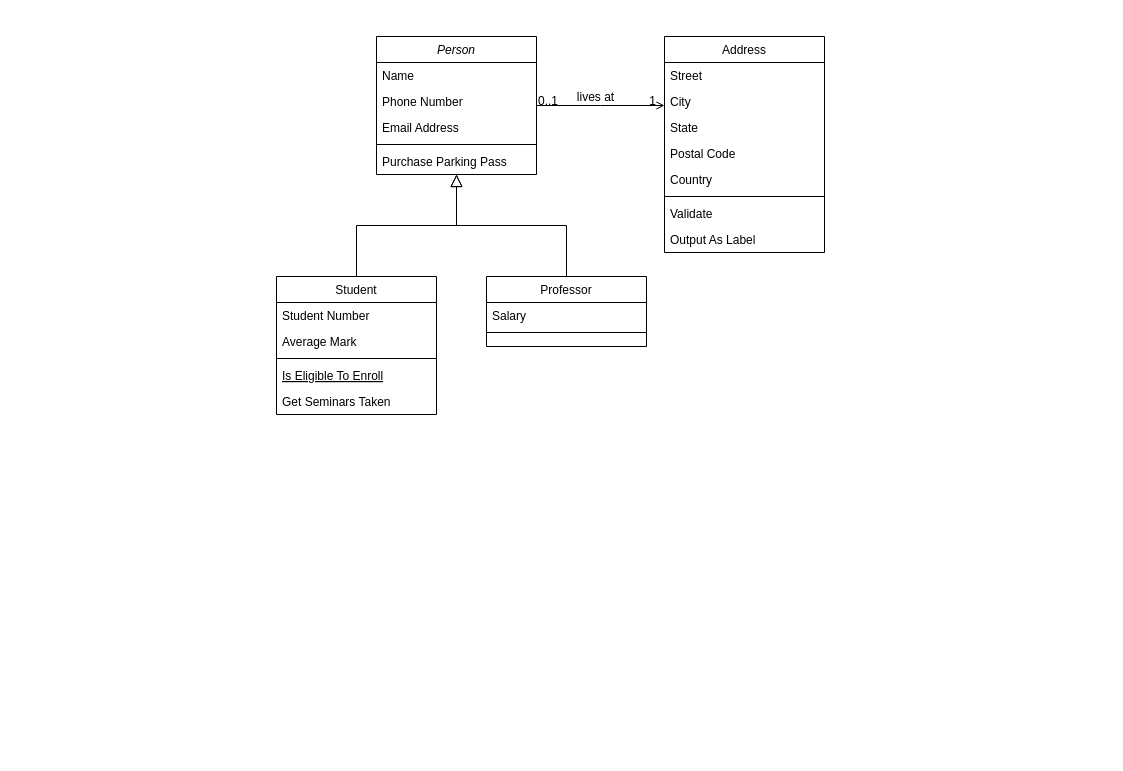
The draw.io diagram AeroBankApp/DepositProcess.drawio in AKing982/AeroBankApp, before the edit. Source tidied: cells renumbered, new cells numbered last; positions are measured from the earlier drawing's top-left corner, leaving out a move shared by most shapes. Both pictures are drawn from the tidied source at 100%, with x=0, y=0 at pixel (276, 36).
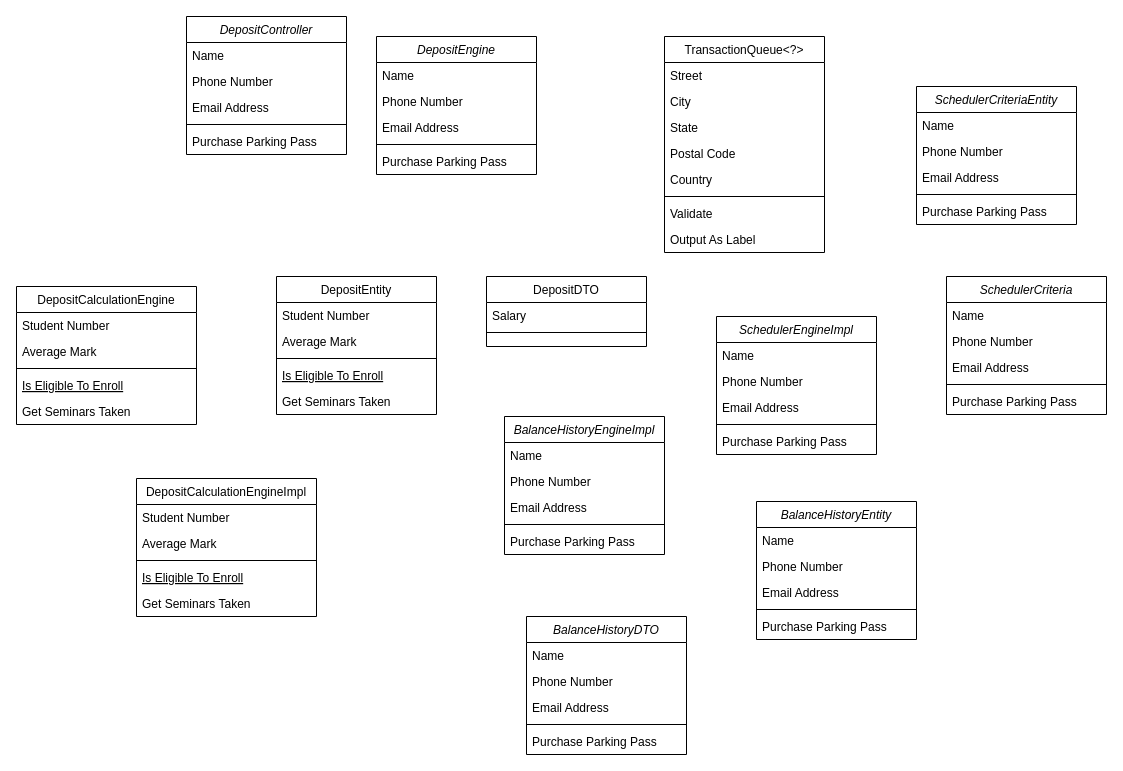
Above is the later version.

Diff of the diagram source:
```diff
@@
-    <mxCell id="2" value="Person" style="swimlane;fontStyle=2;align=center;verticalAlign=top;horizontal=1;startSize=26;rounded=0;shadow=0;strokeWidth=1;" parent="1" vertex="1">
+    <mxCell id="2" value="DepositEngine" style="swimlane;fontStyle=2;align=center;verticalAlign=top;horizontal=1;startSize=26;rounded=0;shadow=0;strokeWidth=1;" parent="1" vertex="1">
       <mxGeometry x="100" width="160" height="138" as="geometry" />
     </mxCell>
@@
-    <mxCell id="8" value="Student" style="swimlane;fontStyle=0;align=center;verticalAlign=top;horizontal=1;startSize=26;rounded=0;shadow=0;strokeWidth=1;" parent="1" vertex="1">
+    <mxCell id="8" value="DepositEntity" style="swimlane;fontStyle=0;align=center;verticalAlign=top;horizontal=1;startSize=26;rounded=0;shadow=0;strokeWidth=1;" parent="1" vertex="1">
       <mxGeometry y="240" width="160" height="138" as="geometry" />
     </mxCell>
@@
-    <mxCell id="14" style="endArrow=block;endSize=10;endFill=0;shadow=0;strokeWidth=1;rounded=0;edgeStyle=elbowEdgeStyle;elbow=vertical;" parent="1" edge="1" source="8" target="2">
-      <mxGeometry relative="1" as="geometry" />
-    </mxCell>
-    <mxCell id="15" value="Professor" style="swimlane;fontStyle=0;align=center;verticalAlign=top;horizontal=1;startSize=26;rounded=0;shadow=0;strokeWidth=1;" parent="1" vertex="1">
+    <mxCell id="15" value="DepositDTO" style="swimlane;fontStyle=0;align=center;verticalAlign=top;horizontal=1;startSize=26;rounded=0;shadow=0;strokeWidth=1;" parent="1" vertex="1">
       <mxGeometry x="210" y="240" width="160" height="70" as="geometry" />
     </mxCell>
@@
-    <mxCell id="18" style="endArrow=block;endSize=10;endFill=0;shadow=0;strokeWidth=1;rounded=0;edgeStyle=elbowEdgeStyle;elbow=vertical;" parent="1" edge="1" source="15" target="2">
-      <mxGeometry relative="1" as="geometry" />
-    </mxCell>
-    <mxCell id="19" value="Address" style="swimlane;fontStyle=0;align=center;verticalAlign=top;horizontal=1;startSize=26;rounded=0;shadow=0;strokeWidth=1;" parent="1" vertex="1">
+    <mxCell id="19" value="TransactionQueue&lt;?&gt;" style="swimlane;fontStyle=0;align=center;verticalAlign=top;horizontal=1;startSize=26;rounded=0;shadow=0;strokeWidth=1;" parent="1" vertex="1">
       <mxGeometry x="388" width="160" height="216" as="geometry" />
     </mxCell>
@@
-    <mxCell id="28" style="endArrow=open;shadow=0;strokeWidth=1;rounded=0;endFill=1;edgeStyle=elbowEdgeStyle;elbow=vertical;" parent="1" edge="1" source="2" target="19">
-      <mxGeometry x="0.5" y="41" relative="1" as="geometry">
-        <mxPoint x="-40" y="32" as="offset" />
-      </mxGeometry>
-    </mxCell>
-    <mxCell id="29" value="0..1" style="align=left;verticalAlign=bottom;labelBackgroundColor=none;fontSize=12;" parent="28" vertex="1">
-      <mxGeometry x="-1" relative="1" as="geometry">
-        <mxPoint y="4" as="offset" />
-      </mxGeometry>
-    </mxCell>
-    <mxCell id="30" value="1" style="align=right;verticalAlign=bottom;labelBackgroundColor=none;fontSize=12;" parent="28" vertex="1">
-      <mxGeometry x="1" relative="1" as="geometry">
-        <mxPoint x="-7" y="4" as="offset" />
-      </mxGeometry>
-    </mxCell>
-    <mxCell id="31" value="lives at" style="text;html=1;align=center;verticalAlign=middle;labelBackgroundColor=none;rounded=0;shadow=0;strokeWidth=1;fontSize=12;" parent="28" vertex="1">
-      <mxGeometry x="0.5" y="49" relative="1" as="geometry">
-        <mxPoint x="-38" y="40" as="offset" />
-      </mxGeometry>
-    </mxCell>
+    <mxCell id="32" value="DepositController" style="swimlane;fontStyle=2;align=center;verticalAlign=top;horizontal=1;startSize=26;rounded=0;shadow=0;strokeWidth=1;" parent="1" vertex="1">
+      <mxGeometry x="-90" y="-20" width="160" height="138" as="geometry" />
+    </mxCell>
+    <mxCell id="33" value="Name" style="text;align=left;verticalAlign=top;spacingLeft=4;spacingRight=4;overflow=hidden;" parent="32" vertex="1">
+      <mxGeometry y="26" width="160" height="26" as="geometry" />
+    </mxCell>
+    <mxCell id="34" value="Phone Number" style="text;align=left;verticalAlign=top;spacingLeft=4;spacingRight=4;overflow=hidden;rounded=0;shadow=0;html=0;" parent="32" vertex="1">
+      <mxGeometry y="52" width="160" height="26" as="geometry" />
+    </mxCell>
+    <mxCell id="35" value="Email Address" style="text;align=left;verticalAlign=top;spacingLeft=4;spacingRight=4;overflow=hidden;rounded=0;shadow=0;html=0;" parent="32" vertex="1">
+      <mxGeometry y="78" width="160" height="26" as="geometry" />
+    </mxCell>
+    <mxCell id="36" style="line;html=1;strokeWidth=1;align=left;verticalAlign=middle;spacingTop=-1;spacingLeft=3;spacingRight=3;labelPosition=right;" parent="32" vertex="1">
+      <mxGeometry y="104" width="160" height="8" as="geometry" />
+    </mxCell>
+    <mxCell id="37" value="Purchase Parking Pass" style="text;align=left;verticalAlign=top;spacingLeft=4;spacingRight=4;overflow=hidden;" parent="32" vertex="1">
+      <mxGeometry y="112" width="160" height="26" as="geometry" />
+    </mxCell>
+    <mxCell id="38" value="SchedulerEngineImpl" style="swimlane;fontStyle=2;align=center;verticalAlign=top;horizontal=1;startSize=26;rounded=0;shadow=0;strokeWidth=1;" parent="1" vertex="1">
+      <mxGeometry x="440" y="280" width="160" height="138" as="geometry" />
+    </mxCell>
+    <mxCell id="39" value="Name" style="text;align=left;verticalAlign=top;spacingLeft=4;spacingRight=4;overflow=hidden;" parent="38" vertex="1">
+      <mxGeometry y="26" width="160" height="26" as="geometry" />
+    </mxCell>
+    <mxCell id="40" value="Phone Number" style="text;align=left;verticalAlign=top;spacingLeft=4;spacingRight=4;overflow=hidden;rounded=0;shadow=0;html=0;" parent="38" vertex="1">
+      <mxGeometry y="52" width="160" height="26" as="geometry" />
+    </mxCell>
+    <mxCell id="41" value="Email Address" style="text;align=left;verticalAlign=top;spacingLeft=4;spacingRight=4;overflow=hidden;rounded=0;shadow=0;html=0;" parent="38" vertex="1">
+      <mxGeometry y="78" width="160" height="26" as="geometry" />
+    </mxCell>
+    <mxCell id="42" style="line;html=1;strokeWidth=1;align=left;verticalAlign=middle;spacingTop=-1;spacingLeft=3;spacingRight=3;labelPosition=right;" parent="38" vertex="1">
+      <mxGeometry y="104" width="160" height="8" as="geometry" />
+    </mxCell>
+    <mxCell id="43" value="Purchase Parking Pass" style="text;align=left;verticalAlign=top;spacingLeft=4;spacingRight=4;overflow=hidden;" parent="38" vertex="1">
+      <mxGeometry y="112" width="160" height="26" as="geometry" />
+    </mxCell>
+    <mxCell id="44" value="BalanceHistoryEngineImpl" style="swimlane;fontStyle=2;align=center;verticalAlign=top;horizontal=1;startSize=26;rounded=0;shadow=0;strokeWidth=1;" parent="1" vertex="1">
+      <mxGeometry x="228" y="380" width="160" height="138" as="geometry" />
+    </mxCell>
+    <mxCell id="45" value="Name" style="text;align=left;verticalAlign=top;spacingLeft=4;spacingRight=4;overflow=hidden;" parent="44" vertex="1">
+      <mxGeometry y="26" width="160" height="26" as="geometry" />
+    </mxCell>
+    <mxCell id="46" value="Phone Number" style="text;align=left;verticalAlign=top;spacingLeft=4;spacingRight=4;overflow=hidden;rounded=0;shadow=0;html=0;" parent="44" vertex="1">
+      <mxGeometry y="52" width="160" height="26" as="geometry" />
+    </mxCell>
+    <mxCell id="47" value="Email Address" style="text;align=left;verticalAlign=top;spacingLeft=4;spacingRight=4;overflow=hidden;rounded=0;shadow=0;html=0;" parent="44" vertex="1">
+      <mxGeometry y="78" width="160" height="26" as="geometry" />
+    </mxCell>
+    <mxCell id="48" style="line;html=1;strokeWidth=1;align=left;verticalAlign=middle;spacingTop=-1;spacingLeft=3;spacingRight=3;labelPosition=right;" parent="44" vertex="1">
+      <mxGeometry y="104" width="160" height="8" as="geometry" />
+    </mxCell>
+    <mxCell id="49" value="Purchase Parking Pass" style="text;align=left;verticalAlign=top;spacingLeft=4;spacingRight=4;overflow=hidden;" parent="44" vertex="1">
+      <mxGeometry y="112" width="160" height="26" as="geometry" />
+    </mxCell>
+    <mxCell id="50" value="BalanceHistoryEntity" style="swimlane;fontStyle=2;align=center;verticalAlign=top;horizontal=1;startSize=26;rounded=0;shadow=0;strokeWidth=1;" parent="1" vertex="1">
+      <mxGeometry x="480" y="465" width="160" height="138" as="geometry" />
+    </mxCell>
+    <mxCell id="51" value="Name" style="text;align=left;verticalAlign=top;spacingLeft=4;spacingRight=4;overflow=hidden;" parent="50" vertex="1">
+      <mxGeometry y="26" width="160" height="26" as="geometry" />
+    </mxCell>
+    <mxCell id="52" value="Phone Number" style="text;align=left;verticalAlign=top;spacingLeft=4;spacingRight=4;overflow=hidden;rounded=0;shadow=0;html=0;" parent="50" vertex="1">
+      <mxGeometry y="52" width="160" height="26" as="geometry" />
+    </mxCell>
+    <mxCell id="53" value="Email Address" style="text;align=left;verticalAlign=top;spacingLeft=4;spacingRight=4;overflow=hidden;rounded=0;shadow=0;html=0;" parent="50" vertex="1">
+      <mxGeometry y="78" width="160" height="26" as="geometry" />
+    </mxCell>
+    <mxCell id="54" style="line;html=1;strokeWidth=1;align=left;verticalAlign=middle;spacingTop=-1;spacingLeft=3;spacingRight=3;labelPosition=right;" parent="50" vertex="1">
+      <mxGeometry y="104" width="160" height="8" as="geometry" />
+    </mxCell>
+    <mxCell id="55" value="Purchase Parking Pass" style="text;align=left;verticalAlign=top;spacingLeft=4;spacingRight=4;overflow=hidden;" parent="50" vertex="1">
+      <mxGeometry y="112" width="160" height="26" as="geometry" />
+    </mxCell>
+    <mxCell id="56" value="BalanceHistoryDTO" style="swimlane;fontStyle=2;align=center;verticalAlign=top;horizontal=1;startSize=26;rounded=0;shadow=0;strokeWidth=1;" parent="1" vertex="1">
+      <mxGeometry x="250" y="580" width="160" height="138" as="geometry" />
+    </mxCell>
+    <mxCell id="57" value="Name" style="text;align=left;verticalAlign=top;spacingLeft=4;spacingRight=4;overflow=hidden;" parent="56" vertex="1">
+      <mxGeometry y="26" width="160" height="26" as="geometry" />
+    </mxCell>
+    <mxCell id="58" value="Phone Number" style="text;align=left;verticalAlign=top;spacingLeft=4;spacingRight=4;overflow=hidden;rounded=0;shadow=0;html=0;" parent="56" vertex="1">
+      <mxGeometry y="52" width="160" height="26" as="geometry" />
+    </mxCell>
+    <mxCell id="59" value="Email Address" style="text;align=left;verticalAlign=top;spacingLeft=4;spacingRight=4;overflow=hidden;rounded=0;shadow=0;html=0;" parent="56" vertex="1">
+      <mxGeometry y="78" width="160" height="26" as="geometry" />
+    </mxCell>
+    <mxCell id="60" style="line;html=1;strokeWidth=1;align=left;verticalAlign=middle;spacingTop=-1;spacingLeft=3;spacingRight=3;labelPosition=right;" parent="56" vertex="1">
+      <mxGeometry y="104" width="160" height="8" as="geometry" />
+    </mxCell>
+    <mxCell id="61" value="Purchase Parking Pass" style="text;align=left;verticalAlign=top;spacingLeft=4;spacingRight=4;overflow=hidden;" parent="56" vertex="1">
+      <mxGeometry y="112" width="160" height="26" as="geometry" />
+    </mxCell>
+    <mxCell id="62" value="SchedulerCriteria" style="swimlane;fontStyle=2;align=center;verticalAlign=top;horizontal=1;startSize=26;rounded=0;shadow=0;strokeWidth=1;" parent="1" vertex="1">
+      <mxGeometry x="670" y="240" width="160" height="138" as="geometry" />
+    </mxCell>
+    <mxCell id="63" value="Name" style="text;align=left;verticalAlign=top;spacingLeft=4;spacingRight=4;overflow=hidden;" parent="62" vertex="1">
+      <mxGeometry y="26" width="160" height="26" as="geometry" />
+    </mxCell>
+    <mxCell id="64" value="Phone Number" style="text;align=left;verticalAlign=top;spacingLeft=4;spacingRight=4;overflow=hidden;rounded=0;shadow=0;html=0;" parent="62" vertex="1">
+      <mxGeometry y="52" width="160" height="26" as="geometry" />
+    </mxCell>
+    <mxCell id="65" value="Email Address" style="text;align=left;verticalAlign=top;spacingLeft=4;spacingRight=4;overflow=hidden;rounded=0;shadow=0;html=0;" parent="62" vertex="1">
+      <mxGeometry y="78" width="160" height="26" as="geometry" />
+    </mxCell>
+    <mxCell id="66" style="line;html=1;strokeWidth=1;align=left;verticalAlign=middle;spacingTop=-1;spacingLeft=3;spacingRight=3;labelPosition=right;" parent="62" vertex="1">
+      <mxGeometry y="104" width="160" height="8" as="geometry" />
+    </mxCell>
+    <mxCell id="67" value="Purchase Parking Pass" style="text;align=left;verticalAlign=top;spacingLeft=4;spacingRight=4;overflow=hidden;" parent="62" vertex="1">
+      <mxGeometry y="112" width="160" height="26" as="geometry" />
+    </mxCell>
+    <mxCell id="68" value="SchedulerCriteriaEntity&#10;" style="swimlane;fontStyle=2;align=center;verticalAlign=top;horizontal=1;startSize=26;rounded=0;shadow=0;strokeWidth=1;" parent="1" vertex="1">
+      <mxGeometry x="640" y="50" width="160" height="138" as="geometry" />
+    </mxCell>
+    <mxCell id="69" value="Name" style="text;align=left;verticalAlign=top;spacingLeft=4;spacingRight=4;overflow=hidden;" parent="68" vertex="1">
+      <mxGeometry y="26" width="160" height="26" as="geometry" />
+    </mxCell>
+    <mxCell id="70" value="Phone Number" style="text;align=left;verticalAlign=top;spacingLeft=4;spacingRight=4;overflow=hidden;rounded=0;shadow=0;html=0;" parent="68" vertex="1">
+      <mxGeometry y="52" width="160" height="26" as="geometry" />
+    </mxCell>
+    <mxCell id="71" value="Email Address" style="text;align=left;verticalAlign=top;spacingLeft=4;spacingRight=4;overflow=hidden;rounded=0;shadow=0;html=0;" parent="68" vertex="1">
+      <mxGeometry y="78" width="160" height="26" as="geometry" />
+    </mxCell>
+    <mxCell id="72" style="line;html=1;strokeWidth=1;align=left;verticalAlign=middle;spacingTop=-1;spacingLeft=3;spacingRight=3;labelPosition=right;" parent="68" vertex="1">
+      <mxGeometry y="104" width="160" height="8" as="geometry" />
+    </mxCell>
+    <mxCell id="73" value="Purchase Parking Pass" style="text;align=left;verticalAlign=top;spacingLeft=4;spacingRight=4;overflow=hidden;" parent="68" vertex="1">
+      <mxGeometry y="112" width="160" height="26" as="geometry" />
+    </mxCell>
+    <mxCell id="74" value="DepositCalculationEngineImpl" style="swimlane;fontStyle=0;align=center;verticalAlign=top;horizontal=1;startSize=26;rounded=0;shadow=0;strokeWidth=1;" parent="1" vertex="1">
+      <mxGeometry x="-140" y="442" width="180" height="138" as="geometry" />
+    </mxCell>
+    <mxCell id="75" value="Student Number" style="text;align=left;verticalAlign=top;spacingLeft=4;spacingRight=4;overflow=hidden;" parent="74" vertex="1">
+      <mxGeometry y="26" width="180" height="26" as="geometry" />
+    </mxCell>
+    <mxCell id="76" value="Average Mark" style="text;align=left;verticalAlign=top;spacingLeft=4;spacingRight=4;overflow=hidden;rounded=0;shadow=0;html=0;" parent="74" vertex="1">
+      <mxGeometry y="52" width="180" height="26" as="geometry" />
+    </mxCell>
+    <mxCell id="77" style="line;html=1;strokeWidth=1;align=left;verticalAlign=middle;spacingTop=-1;spacingLeft=3;spacingRight=3;labelPosition=right;" parent="74" vertex="1">
+      <mxGeometry y="78" width="180" height="8" as="geometry" />
+    </mxCell>
+    <mxCell id="78" value="Is Eligible To Enroll" style="text;align=left;verticalAlign=top;spacingLeft=4;spacingRight=4;overflow=hidden;fontStyle=4;" parent="74" vertex="1">
+      <mxGeometry y="86" width="180" height="26" as="geometry" />
+    </mxCell>
+    <mxCell id="79" value="Get Seminars Taken" style="text;align=left;verticalAlign=top;spacingLeft=4;spacingRight=4;overflow=hidden;" parent="74" vertex="1">
+      <mxGeometry y="112" width="180" height="26" as="geometry" />
+    </mxCell>
+    <mxCell id="80" value="DepositCalculationEngine" style="swimlane;fontStyle=0;align=center;verticalAlign=top;horizontal=1;startSize=26;rounded=0;shadow=0;strokeWidth=1;" parent="1" vertex="1">
+      <mxGeometry x="-260" y="250" width="180" height="138" as="geometry" />
+    </mxCell>
+    <mxCell id="81" value="Student Number" style="text;align=left;verticalAlign=top;spacingLeft=4;spacingRight=4;overflow=hidden;" parent="80" vertex="1">
+      <mxGeometry y="26" width="180" height="26" as="geometry" />
+    </mxCell>
+    <mxCell id="82" value="Average Mark" style="text;align=left;verticalAlign=top;spacingLeft=4;spacingRight=4;overflow=hidden;rounded=0;shadow=0;html=0;" parent="80" vertex="1">
+      <mxGeometry y="52" width="180" height="26" as="geometry" />
+    </mxCell>
+    <mxCell id="83" style="line;html=1;strokeWidth=1;align=left;verticalAlign=middle;spacingTop=-1;spacingLeft=3;spacingRight=3;labelPosition=right;" parent="80" vertex="1">
+      <mxGeometry y="78" width="180" height="8" as="geometry" />
+    </mxCell>
+    <mxCell id="84" value="Is Eligible To Enroll" style="text;align=left;verticalAlign=top;spacingLeft=4;spacingRight=4;overflow=hidden;fontStyle=4;" parent="80" vertex="1">
+      <mxGeometry y="86" width="180" height="26" as="geometry" />
+    </mxCell>
+    <mxCell id="85" value="Get Seminars Taken" style="text;align=left;verticalAlign=top;spacingLeft=4;spacingRight=4;overflow=hidden;" parent="80" vertex="1">
+      <mxGeometry y="112" width="180" height="26" as="geometry" />
+    </mxCell>
```
